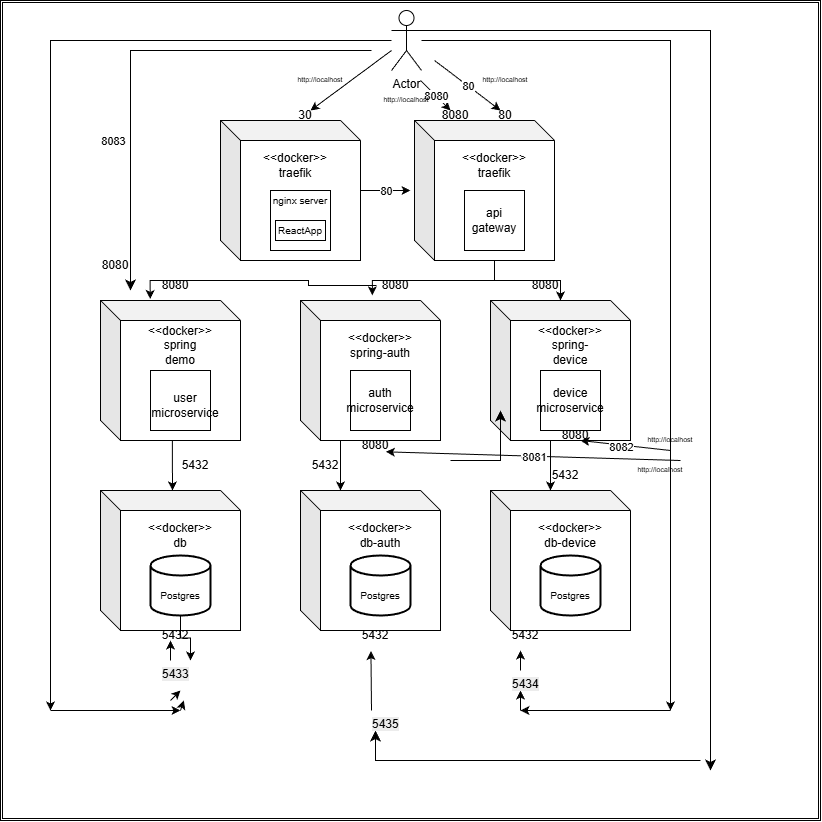
Earlier version of the draw.io export DiagramaDepoyment4.png (TaniaPantea/SD). Source tidied: cells renumbered, new cells last; positions are measured from the earlier drawing's top-left corner, leaving out a move shared by most shapes.
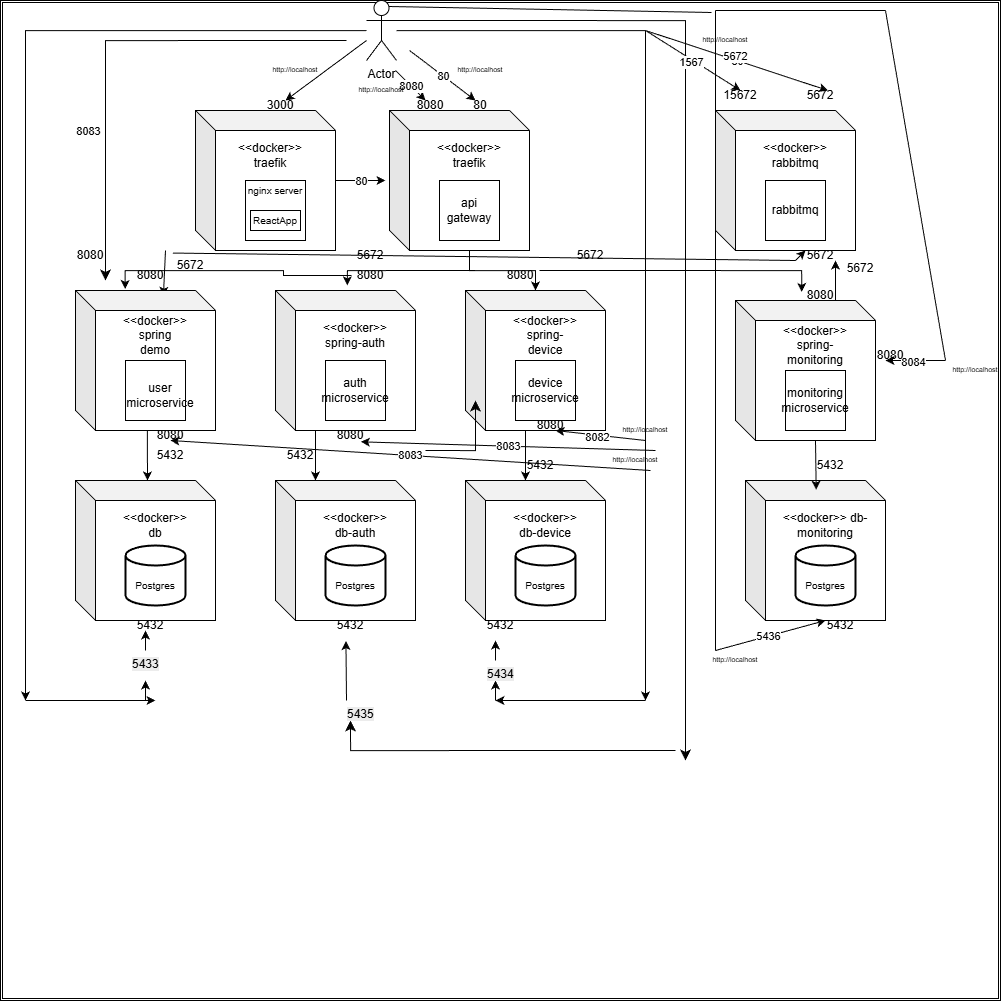
The same diagram one commit later.

The edit, as a diff of the source:
```diff
@@ -3,7 +3,7 @@
     <mxCell id="0" />
     <mxCell id="1" parent="0" />
     <mxCell id="2" style="shape=ext;double=1;whiteSpace=wrap;html=1;" parent="1" vertex="1">
-      <mxGeometry width="820" height="820" as="geometry" />
+      <mxGeometry x="25" y="10" width="1000" height="1000" as="geometry" />
     </mxCell>
     <mxCell id="3" style="edgeStyle=orthogonalEdgeStyle;rounded=0;jettySize=auto;html=1;" parent="1" edge="1" source="5">
       <mxGeometry relative="1" as="geometry">
@@ -79,6 +79,11 @@
     <mxCell id="24" value="&amp;lt;&amp;lt;docker&amp;gt;&amp;gt; traefik" style="text;html=1;whiteSpace=wrap;strokeColor=none;fillColor=none;align=center;verticalAlign=middle;rounded=0;" parent="18" vertex="1">
       <mxGeometry x="45" y="30" width="60" height="30" as="geometry" />
     </mxCell>
+    <mxCell id="105" style="endArrow=classic;html=1;rounded=0;entryX=0.628;entryY=0.038;entryDx=0;entryDy=0;entryPerimeter=0;" parent="18" edge="1" target="31">
+      <mxGeometry relative="1" as="geometry">
+        <mxPoint x="-30" y="140" as="sourcePoint" />
+      </mxGeometry>
+    </mxCell>
     <mxCell id="25" style="group;" parent="1" vertex="1">
       <mxGeometry x="300" y="300" width="140" height="140" as="geometry" />
     </mxCell>
@@ -160,11 +165,6 @@
         <mxPoint x="520" y="710" as="targetPoint" />
       </mxGeometry>
     </mxCell>
-    <mxCell id="50" style="endArrow=classic;html=1;rounded=0;" parent="1" edge="1" source="77">
-      <mxGeometry relative="1" as="geometry">
-        <mxPoint x="180" y="690" as="targetPoint" />
-      </mxGeometry>
-    </mxCell>
     <mxCell id="51" style="endArrow=classic;html=1;rounded=0;" parent="1" edge="1">
       <mxGeometry relative="1" as="geometry">
         <mxPoint x="520" y="710" as="sourcePoint" />
@@ -203,7 +203,7 @@
         <mxPoint x="310" y="110" as="targetPoint" />
       </mxGeometry>
     </mxCell>
-    <mxCell id="58" value="30" style="text;html=1;whiteSpace=wrap;strokeColor=none;fillColor=none;align=center;verticalAlign=middle;rounded=0;" parent="1" vertex="1">
+    <mxCell id="58" value="3000" style="text;html=1;whiteSpace=wrap;strokeColor=none;fillColor=none;align=center;verticalAlign=middle;rounded=0;" parent="1" vertex="1">
       <mxGeometry x="290" y="110" width="30" height="10" as="geometry" />
     </mxCell>
     <mxCell id="59" style="endArrow=classic;html=1;rounded=0;fontStyle=1;" parent="1" edge="1" target="61">
@@ -270,13 +270,8 @@
         <mxPoint x="371" y="710" as="sourcePoint" />
       </mxGeometry>
     </mxCell>
-    <mxCell id="76" style="endArrow=classic;html=1;rounded=0;" parent="1" edge="1" target="77">
-      <mxGeometry relative="1" as="geometry">
-        <mxPoint x="180" y="710" as="sourcePoint" />
-      </mxGeometry>
-    </mxCell>
     <mxCell id="77" value="&lt;span style=&quot;color: rgb(0, 0, 0); font-family: Helvetica; font-size: 12px; font-style: normal; font-variant-ligatures: normal; font-variant-caps: normal; font-weight: 400; letter-spacing: normal; orphans: 2; text-align: center; text-indent: 0px; text-transform: none; widows: 2; word-spacing: 0px; -webkit-text-stroke-width: 0px; white-space: normal; background-color: rgb(236, 236, 236); text-decoration-thickness: initial; text-decoration-style: initial; text-decoration-color: initial; float: none; display: inline !important;&quot;&gt;5433&lt;/span&gt;" style="text;whiteSpace=wrap;html=1;" parent="1" vertex="1">
-      <mxGeometry x="160" y="660" width="60" height="40" as="geometry" />
+      <mxGeometry x="155" y="660" width="60" height="40" as="geometry" />
     </mxCell>
     <mxCell id="78" value="&lt;span style=&quot;color: rgb(0, 0, 0); font-family: Helvetica; font-size: 12px; font-style: normal; font-variant-ligatures: normal; font-variant-caps: normal; font-weight: 400; letter-spacing: normal; orphans: 2; text-align: center; text-indent: 0px; text-transform: none; widows: 2; word-spacing: 0px; -webkit-text-stroke-width: 0px; white-space: normal; background-color: rgb(236, 236, 236); text-decoration-thickness: initial; text-decoration-style: initial; text-decoration-color: initial; float: none; display: inline !important;&quot;&gt;5435&lt;/span&gt;" style="text;whiteSpace=wrap;html=1;" parent="1" vertex="1">
       <mxGeometry x="370" y="710" width="60" height="40" as="geometry" />
@@ -293,14 +288,11 @@
     <mxCell id="81" value="8082" style="edgeLabel;html=1;align=center;verticalAlign=middle;" parent="80" vertex="1">
       <mxGeometry x="0.09" y="2" relative="1" as="geometry" />
     </mxCell>
-    <mxCell id="82" value="8081" style="endArrow=classic;html=1;rounded=0;entryX=0.61;entryY=1.081;entryDx=0;entryDy=0;entryPerimeter=0;" parent="1" edge="1" target="26">
+    <mxCell id="82" value="8083" style="endArrow=classic;html=1;rounded=0;entryX=0.61;entryY=1.081;entryDx=0;entryDy=0;entryPerimeter=0;" parent="1" edge="1" target="26">
       <mxGeometry relative="1" as="geometry">
         <mxPoint x="680" y="460" as="sourcePoint" />
       </mxGeometry>
     </mxCell>
-    <mxCell id="83" value="8081" style="edgeLabel;html=1;align=center;verticalAlign=middle;" parent="82" vertex="1">
-      <mxGeometry relative="1" as="geometry" />
-    </mxCell>
     <mxCell id="84" value="&lt;span style=&quot;font-weight: normal;&quot;&gt;8080&lt;/span&gt;" style="text;html=1;whiteSpace=wrap;strokeColor=none;fillColor=none;align=center;verticalAlign=middle;rounded=0;fontStyle=1;" parent="1" vertex="1">
       <mxGeometry x="560" y="430" width="30" height="10" as="geometry" />
     </mxCell>
@@ -324,9 +316,6 @@
         <mxPoint x="550" y="490" as="targetPoint" />
       </mxGeometry>
     </mxCell>
-    <mxCell id="89" style="edgeStyle=orthogonalEdgeStyle;rounded=0;jettySize=auto;html=1;" parent="1" edge="1" source="8" target="77">
-      <mxGeometry relative="1" as="geometry" />
-    </mxCell>
     <mxCell id="90" value="&lt;span style=&quot;font-weight: 400;&quot;&gt;5432&lt;/span&gt;" style="text;html=1;whiteSpace=wrap;strokeColor=none;fillColor=none;align=center;verticalAlign=middle;rounded=0;fontStyle=1;" parent="1" vertex="1">
       <mxGeometry x="180" y="460" width="30" height="10" as="geometry" />
     </mxCell>
@@ -362,12 +351,6 @@
     <mxCell id="99" value="&lt;span style=&quot;font-weight: normal;&quot;&gt;8080&lt;/span&gt;" style="text;html=1;whiteSpace=wrap;strokeColor=none;fillColor=none;align=center;verticalAlign=middle;rounded=0;fontStyle=1;" parent="1" vertex="1">
       <mxGeometry x="160" y="280" width="30" height="10" as="geometry" />
     </mxCell>
-    <mxCell id="100" style="edgeStyle=segmentEdgeStyle;endArrow=classic;html=1;curved=0;rounded=0;endSize=8;startSize=8;" parent="1" edge="1">
-      <mxGeometry relative="1" as="geometry">
-        <mxPoint x="450" y="460" as="sourcePoint" />
-        <mxPoint x="500" y="410" as="targetPoint" />
-      </mxGeometry>
-    </mxCell>
     <mxCell id="101" style="edgeStyle=segmentEdgeStyle;endArrow=classic;html=1;curved=0;rounded=0;endSize=8;startSize=8;" parent="1" edge="1">
       <mxGeometry relative="1" as="geometry">
         <mxPoint x="371" y="50" as="sourcePoint" />
@@ -385,5 +368,198 @@
     <mxCell id="104" value="&lt;span style=&quot;font-weight: normal;&quot;&gt;user microservice&lt;/span&gt;" style="text;html=1;whiteSpace=wrap;strokeColor=none;fillColor=none;align=center;verticalAlign=middle;rounded=0;fontStyle=1;" parent="1" vertex="1">
       <mxGeometry x="160" y="400" width="50" height="10" as="geometry" />
     </mxCell>
+    <mxCell id="106" value="8083" style="endArrow=classic;html=1;rounded=0;entryX=0.61;entryY=1.081;entryDx=0;entryDy=0;entryPerimeter=0;exitX=0.75;exitY=1;exitDx=0;exitDy=0;" parent="1" edge="1" source="93">
+      <mxGeometry relative="1" as="geometry">
+        <mxPoint x="195" y="450" as="targetPoint" />
+      </mxGeometry>
+    </mxCell>
+    <mxCell id="107" value="&lt;span style=&quot;font-weight: normal;&quot;&gt;8080&lt;/span&gt;" style="text;html=1;whiteSpace=wrap;strokeColor=none;fillColor=none;align=center;verticalAlign=middle;rounded=0;fontStyle=1;" parent="1" vertex="1">
+      <mxGeometry x="180" y="440" width="30" height="10" as="geometry" />
+    </mxCell>
+    <mxCell id="108" style="group;" parent="1" vertex="1">
+      <mxGeometry x="740" y="120" width="140" height="140" as="geometry" />
+    </mxCell>
+    <mxCell id="109" style="shape=cube;whiteSpace=wrap;html=1;boundedLbl=1;backgroundOutline=1;darkOpacity=0.05;darkOpacity2=0.1;" parent="108" vertex="1">
+      <mxGeometry width="140" height="140" as="geometry" />
+    </mxCell>
+    <mxCell id="110" style="whiteSpace=wrap;html=1;" parent="108" vertex="1">
+      <mxGeometry x="50" y="70" width="60" height="60" as="geometry" />
+    </mxCell>
+    <mxCell id="111" value="&amp;lt;&amp;lt;docker&amp;gt;&amp;gt; rabbitmq" style="text;html=1;whiteSpace=wrap;strokeColor=none;fillColor=none;align=center;verticalAlign=middle;rounded=0;" parent="108" vertex="1">
+      <mxGeometry x="50" y="30" width="60" height="30" as="geometry" />
+    </mxCell>
+    <mxCell id="112" value="rabbitmq" style="text;html=1;whiteSpace=wrap;strokeColor=none;fillColor=none;align=center;verticalAlign=middle;rounded=0;" parent="108" vertex="1">
+      <mxGeometry x="50" y="85" width="60" height="30" as="geometry" />
+    </mxCell>
+    <mxCell id="113" style="endArrow=classic;html=1;rounded=0;" parent="108" edge="1">
+      <mxGeometry relative="1" as="geometry">
+        <mxPoint x="80" y="150" as="sourcePoint" />
+        <mxPoint x="90" y="140" as="targetPoint" />
+      </mxGeometry>
+    </mxCell>
+    <mxCell id="114" style="endArrow=classic;html=1;rounded=0;" parent="1" edge="1">
+      <mxGeometry relative="1" as="geometry">
+        <mxPoint x="170" y="710" as="sourcePoint" />
+        <mxPoint x="170" y="690" as="targetPoint" />
+      </mxGeometry>
+    </mxCell>
+    <mxCell id="115" style="group;" parent="1" vertex="1">
+      <mxGeometry x="770" y="490" width="140" height="140" as="geometry" />
+    </mxCell>
+    <mxCell id="116" style="shape=cube;whiteSpace=wrap;html=1;boundedLbl=1;backgroundOutline=1;darkOpacity=0.05;darkOpacity2=0.1;" parent="115" vertex="1">
+      <mxGeometry width="140" height="140" as="geometry" />
+    </mxCell>
+    <mxCell id="117" style="strokeWidth=2;html=1;shape=mxgraph.flowchart.database;whiteSpace=wrap;" parent="115" vertex="1">
+      <mxGeometry x="50" y="65" width="60" height="60" as="geometry" />
+    </mxCell>
+    <mxCell id="118" value="&lt;font style=&quot;font-size: 10px;&quot;&gt;Postgres&lt;/font&gt;" style="text;html=1;whiteSpace=wrap;strokeColor=none;fillColor=none;align=center;verticalAlign=middle;rounded=0;" parent="1" vertex="1">
+      <mxGeometry x="820" y="580" width="60" height="30" as="geometry" />
+    </mxCell>
+    <mxCell id="119" value="&amp;lt;&amp;lt;docker&amp;gt;&amp;gt;&amp;nbsp;db-monitoring" style="text;html=1;whiteSpace=wrap;strokeColor=none;fillColor=none;align=center;verticalAlign=middle;rounded=0;" parent="1" vertex="1">
+      <mxGeometry x="820" y="520" width="60" height="30" as="geometry" />
+    </mxCell>
+    <mxCell id="120" style="group;" parent="1" vertex="1">
+      <mxGeometry x="760" y="310" width="140" height="140" as="geometry" />
+    </mxCell>
+    <mxCell id="121" style="shape=cube;whiteSpace=wrap;html=1;boundedLbl=1;backgroundOutline=1;darkOpacity=0.05;darkOpacity2=0.1;" parent="120" vertex="1">
+      <mxGeometry width="140" height="140" as="geometry" />
+    </mxCell>
+    <mxCell id="122" style="whiteSpace=wrap;html=1;" parent="120" vertex="1">
+      <mxGeometry x="50" y="70" width="60" height="60" as="geometry" />
+    </mxCell>
+    <mxCell id="123" value="&amp;lt;&amp;lt;docker&amp;gt;&amp;gt; spring-monitoring" style="text;html=1;whiteSpace=wrap;strokeColor=none;fillColor=none;align=center;verticalAlign=middle;rounded=0;" parent="120" vertex="1">
+      <mxGeometry x="50" y="30" width="60" height="30" as="geometry" />
+    </mxCell>
+    <mxCell id="124" value="monitoring microservice" style="text;html=1;whiteSpace=wrap;strokeColor=none;fillColor=none;align=center;verticalAlign=middle;rounded=0;" parent="120" vertex="1">
+      <mxGeometry x="50" y="85" width="60" height="30" as="geometry" />
+    </mxCell>
+    <mxCell id="125" style="endArrow=classic;html=1;rounded=0;entryX=0.505;entryY=0.066;entryDx=0;entryDy=0;entryPerimeter=0;" parent="120" edge="1" target="116">
+      <mxGeometry relative="1" as="geometry">
+        <mxPoint x="80" y="140" as="sourcePoint" />
+      </mxGeometry>
+    </mxCell>
+    <mxCell id="126" value="15672" style="text;html=1;whiteSpace=wrap;strokeColor=none;fillColor=none;align=center;verticalAlign=middle;rounded=0;" parent="1" vertex="1">
+      <mxGeometry x="750" y="100" width="30" height="10" as="geometry" />
+    </mxCell>
+    <mxCell id="127" value="5672" style="text;html=1;whiteSpace=wrap;strokeColor=none;fillColor=none;align=center;verticalAlign=middle;rounded=0;" parent="1" vertex="1">
+      <mxGeometry x="830" y="100" width="30" height="10" as="geometry" />
+    </mxCell>
+    <mxCell id="128" style="endArrow=classic;html=1;rounded=0;entryX=0.5;entryY=0;entryDx=0;entryDy=0;" parent="1" edge="1" target="126">
+      <mxGeometry relative="1" as="geometry">
+        <mxPoint x="670" y="40" as="sourcePoint" />
+      </mxGeometry>
+    </mxCell>
+    <mxCell id="129" value="80" style="edgeLabel;html=1;align=center;verticalAlign=middle;" parent="128" vertex="1">
+      <mxGeometry relative="1" as="geometry" />
+    </mxCell>
+    <mxCell id="130" value="1567" style="edgeLabel;html=1;align=center;verticalAlign=middle;" parent="128" vertex="1">
+      <mxGeometry x="-0.04" y="-2" relative="1" as="geometry" />
+    </mxCell>
+    <mxCell id="131" style="endArrow=classic;html=1;rounded=0;entryX=0.75;entryY=0;entryDx=0;entryDy=0;" parent="1" edge="1" target="127">
+      <mxGeometry relative="1" as="geometry">
+        <mxPoint x="670" y="40" as="sourcePoint" />
+      </mxGeometry>
+    </mxCell>
+    <mxCell id="132" value="80" style="edgeLabel;html=1;align=center;verticalAlign=middle;" parent="131" vertex="1">
+      <mxGeometry relative="1" as="geometry" />
+    </mxCell>
+    <mxCell id="133" value="5672" style="edgeLabel;html=1;align=center;verticalAlign=middle;" parent="131" vertex="1">
+      <mxGeometry x="-0.03" y="4" relative="1" as="geometry" />
+    </mxCell>
+    <mxCell id="134" value="http://localhost" style="text;html=1;whiteSpace=wrap;strokeColor=none;fillColor=none;align=center;verticalAlign=middle;rounded=0;fontSize=7;" parent="1" vertex="1">
+      <mxGeometry x="720" y="40" width="60" height="20" as="geometry" />
+    </mxCell>
+    <mxCell id="135" style="endArrow=none;html=1;rounded=0;entryX=0.75;entryY=0.1;entryDx=0;entryDy=0;entryPerimeter=0;exitX=0.711;exitY=0.012;exitDx=0;exitDy=0;exitPerimeter=0;" parent="1" edge="1" source="2" target="5">
+      <mxGeometry relative="1" as="geometry" />
+    </mxCell>
+    <mxCell id="136" style="endArrow=none;html=1;rounded=0;" parent="1" edge="1">
+      <mxGeometry relative="1" as="geometry">
+        <mxPoint x="740" y="660" as="sourcePoint" />
+        <mxPoint x="740" y="20" as="targetPoint" />
+      </mxGeometry>
+    </mxCell>
+    <mxCell id="137" style="endArrow=classic;html=1;rounded=0;entryX=0;entryY=0;entryDx=80;entryDy=140;entryPerimeter=0;" parent="1" edge="1" target="116">
+      <mxGeometry relative="1" as="geometry">
+        <mxPoint x="740" y="660" as="sourcePoint" />
+      </mxGeometry>
+    </mxCell>
+    <mxCell id="138" value="80" style="edgeLabel;html=1;align=center;verticalAlign=middle;" parent="137" vertex="1">
+      <mxGeometry relative="1" as="geometry" />
+    </mxCell>
+    <mxCell id="139" value="5436" style="edgeLabel;html=1;align=center;verticalAlign=middle;" parent="137" vertex="1">
+      <mxGeometry x="-0.03" y="1" relative="1" as="geometry" />
+    </mxCell>
+    <mxCell id="140" value="&lt;span style=&quot;font-weight: normal;&quot;&gt;5432&lt;/span&gt;" style="text;html=1;whiteSpace=wrap;strokeColor=none;fillColor=none;align=center;verticalAlign=middle;rounded=0;fontStyle=1;" parent="1" vertex="1">
+      <mxGeometry x="850" y="630" width="30" height="10" as="geometry" />
+    </mxCell>
+    <mxCell id="141" value="http://localhost" style="text;html=1;whiteSpace=wrap;strokeColor=none;fillColor=none;align=center;verticalAlign=middle;rounded=0;fontSize=7;" parent="1" vertex="1">
+      <mxGeometry x="730" y="660" width="60" height="20" as="geometry" />
+    </mxCell>
+    <mxCell id="142" value="&lt;span style=&quot;font-weight: 400;&quot;&gt;5432&lt;/span&gt;" style="text;html=1;whiteSpace=wrap;strokeColor=none;fillColor=none;align=center;verticalAlign=middle;rounded=0;fontStyle=1;" parent="1" vertex="1">
+      <mxGeometry x="840" y="470" width="30" height="10" as="geometry" />
+    </mxCell>
+    <mxCell id="143" style="endArrow=none;html=1;rounded=0;" parent="1" edge="1">
+      <mxGeometry relative="1" as="geometry">
+        <mxPoint x="740" y="20" as="sourcePoint" />
+        <mxPoint x="910" y="20" as="targetPoint" />
+      </mxGeometry>
+    </mxCell>
+    <mxCell id="144" style="endArrow=none;html=1;rounded=0;entryX=0.945;entryY=0.36;entryDx=0;entryDy=0;entryPerimeter=0;" parent="1" edge="1" target="2">
+      <mxGeometry relative="1" as="geometry">
+        <mxPoint x="910" y="20" as="sourcePoint" />
+      </mxGeometry>
+    </mxCell>
+    <mxCell id="145" style="endArrow=classic;html=1;rounded=0;" parent="1" edge="1">
+      <mxGeometry relative="1" as="geometry">
+        <mxPoint x="970" y="370" as="sourcePoint" />
+        <mxPoint x="910" y="370" as="targetPoint" />
+      </mxGeometry>
+    </mxCell>
+    <mxCell id="146" value="80" style="edgeLabel;html=1;align=center;verticalAlign=middle;" parent="145" vertex="1">
+      <mxGeometry relative="1" as="geometry" />
+    </mxCell>
+    <mxCell id="147" value="8084" style="edgeLabel;html=1;align=center;verticalAlign=middle;" parent="145" vertex="1">
+      <mxGeometry x="0.07" y="1" relative="1" as="geometry" />
+    </mxCell>
+    <mxCell id="148" value="&lt;span style=&quot;font-weight: normal;&quot;&gt;8080&lt;/span&gt;" style="text;html=1;whiteSpace=wrap;strokeColor=none;fillColor=none;align=center;verticalAlign=middle;rounded=0;fontStyle=1;" parent="1" vertex="1">
+      <mxGeometry x="900" y="360" width="30" height="10" as="geometry" />
+    </mxCell>
+    <mxCell id="149" value="http://localhost" style="text;html=1;whiteSpace=wrap;strokeColor=none;fillColor=none;align=center;verticalAlign=middle;rounded=0;fontSize=7;" parent="1" vertex="1">
+      <mxGeometry x="970" y="370" width="60" height="20" as="geometry" />
+    </mxCell>
+    <mxCell id="150" style="edgeStyle=orthogonalEdgeStyle;rounded=0;jettySize=auto;html=1;exitX=0;exitY=0;exitDx=80;exitDy=140;exitPerimeter=0;entryX=0.473;entryY=-0.061;entryDx=0;entryDy=0;entryPerimeter=0;" parent="1" edge="1" target="121">
+      <mxGeometry relative="1" as="geometry">
+        <mxPoint x="564" y="280" as="sourcePoint" />
+      </mxGeometry>
+    </mxCell>
+    <mxCell id="151" value="&lt;span style=&quot;font-weight: normal;&quot;&gt;8080&lt;/span&gt;" style="text;html=1;whiteSpace=wrap;strokeColor=none;fillColor=none;align=center;verticalAlign=middle;rounded=0;fontStyle=1;" parent="1" vertex="1">
+      <mxGeometry x="830" y="300" width="30" height="10" as="geometry" />
+    </mxCell>
+    <mxCell id="152" style="endArrow=classic;html=1;rounded=0;" parent="1" edge="1">
+      <mxGeometry relative="1" as="geometry">
+        <mxPoint x="860" y="310" as="sourcePoint" />
+        <mxPoint x="860" y="270" as="targetPoint" />
+      </mxGeometry>
+    </mxCell>
+    <mxCell id="153" value="&lt;span style=&quot;font-weight: normal;&quot;&gt;5672&lt;/span&gt;&lt;div&gt;&lt;span style=&quot;font-weight: normal;&quot;&gt;&lt;br&gt;&lt;/span&gt;&lt;/div&gt;" style="text;html=1;whiteSpace=wrap;strokeColor=none;fillColor=none;align=center;verticalAlign=middle;rounded=0;fontStyle=1;" parent="1" vertex="1">
+      <mxGeometry x="870" y="280" width="30" height="10" as="geometry" />
+    </mxCell>
+    <mxCell id="154" value="5672" style="text;html=1;whiteSpace=wrap;strokeColor=none;fillColor=none;align=center;verticalAlign=middle;rounded=0;" parent="1" vertex="1">
+      <mxGeometry x="600" y="260" width="30" height="10" as="geometry" />
+    </mxCell>
+    <mxCell id="155" value="5672" style="text;html=1;whiteSpace=wrap;strokeColor=none;fillColor=none;align=center;verticalAlign=middle;rounded=0;" parent="1" vertex="1">
+      <mxGeometry x="380" y="260" width="30" height="10" as="geometry" />
+    </mxCell>
+    <mxCell id="156" value="5672" style="text;html=1;whiteSpace=wrap;strokeColor=none;fillColor=none;align=center;verticalAlign=middle;rounded=0;" parent="1" vertex="1">
+      <mxGeometry x="200" y="270" width="30" height="10" as="geometry" />
+    </mxCell>
+    <mxCell id="157" style="endArrow=none;html=1;rounded=0;exitX=-0.089;exitY=-0.744;exitDx=0;exitDy=0;exitPerimeter=0;" parent="1" edge="1" source="156">
+      <mxGeometry relative="1" as="geometry">
+        <mxPoint x="820" y="270" as="targetPoint" />
+      </mxGeometry>
+    </mxCell>
+    <mxCell id="158" value="5672" style="text;html=1;whiteSpace=wrap;strokeColor=none;fillColor=none;align=center;verticalAlign=middle;rounded=0;" parent="1" vertex="1">
+      <mxGeometry x="830" y="260" width="30" height="10" as="geometry" />
+    </mxCell>
   </root>
 </mxGraphModel>
```
